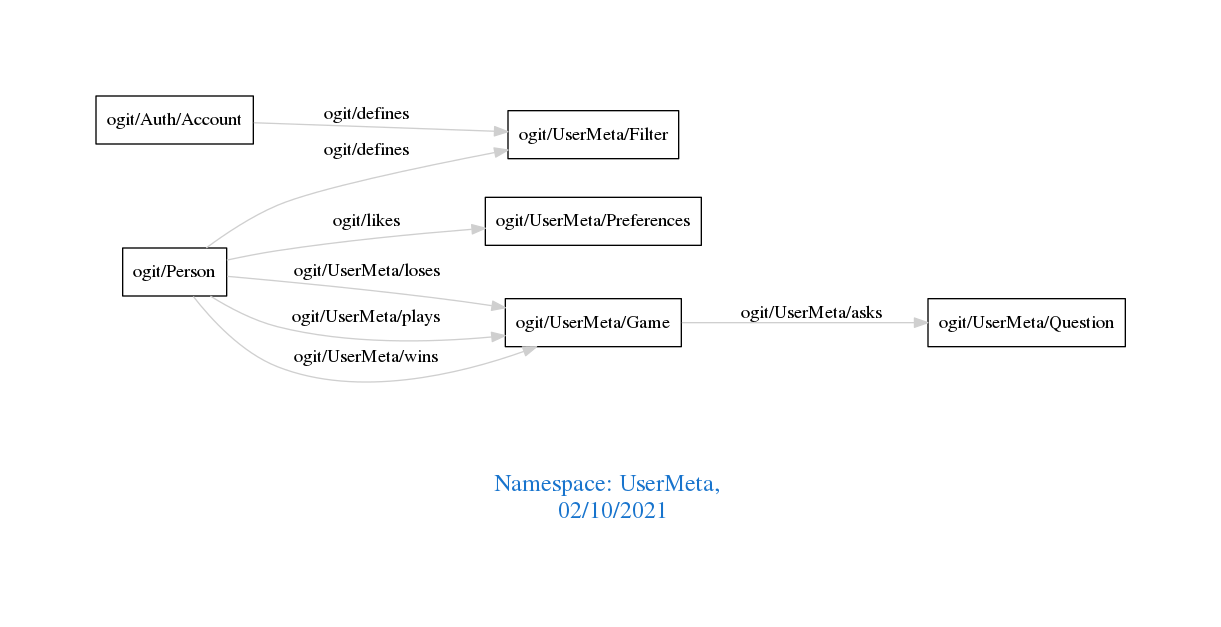
Earlier version of the Graphviz export downloads/UserMeta.png (arago/OGIT). Its source is kept beside it as downloads/UserMeta.dot.
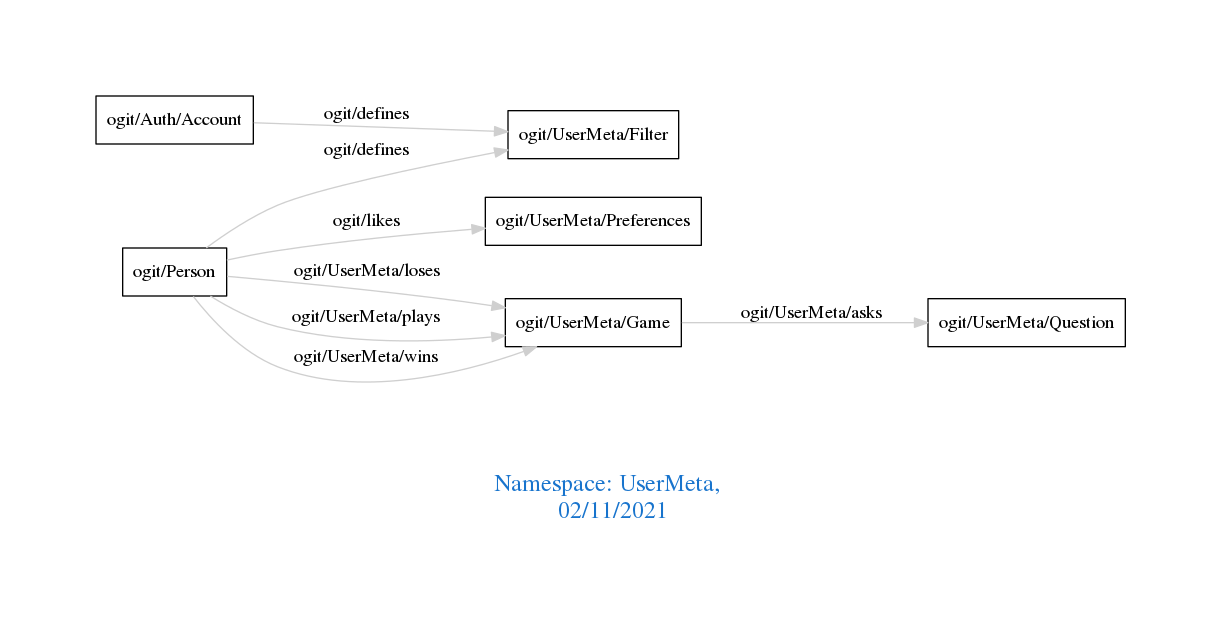
Later version of the same file.

Change to the diagram source:
```diff
@@ -1,7 +1,7 @@
 digraph OGIT_ontology {
  graph [ rankdir= LR,pad=1
 fontsize = 18,
-fontcolor= dodgerblue3,label = "\n\n\nNamespace: UserMeta, \n 02/10/2021"];
+fontcolor= dodgerblue3,label = "\n\n\nNamespace: UserMeta, \n 02/11/2021"];
 node[shape=polygon];
 edge [  color="gray81"];
 
```
